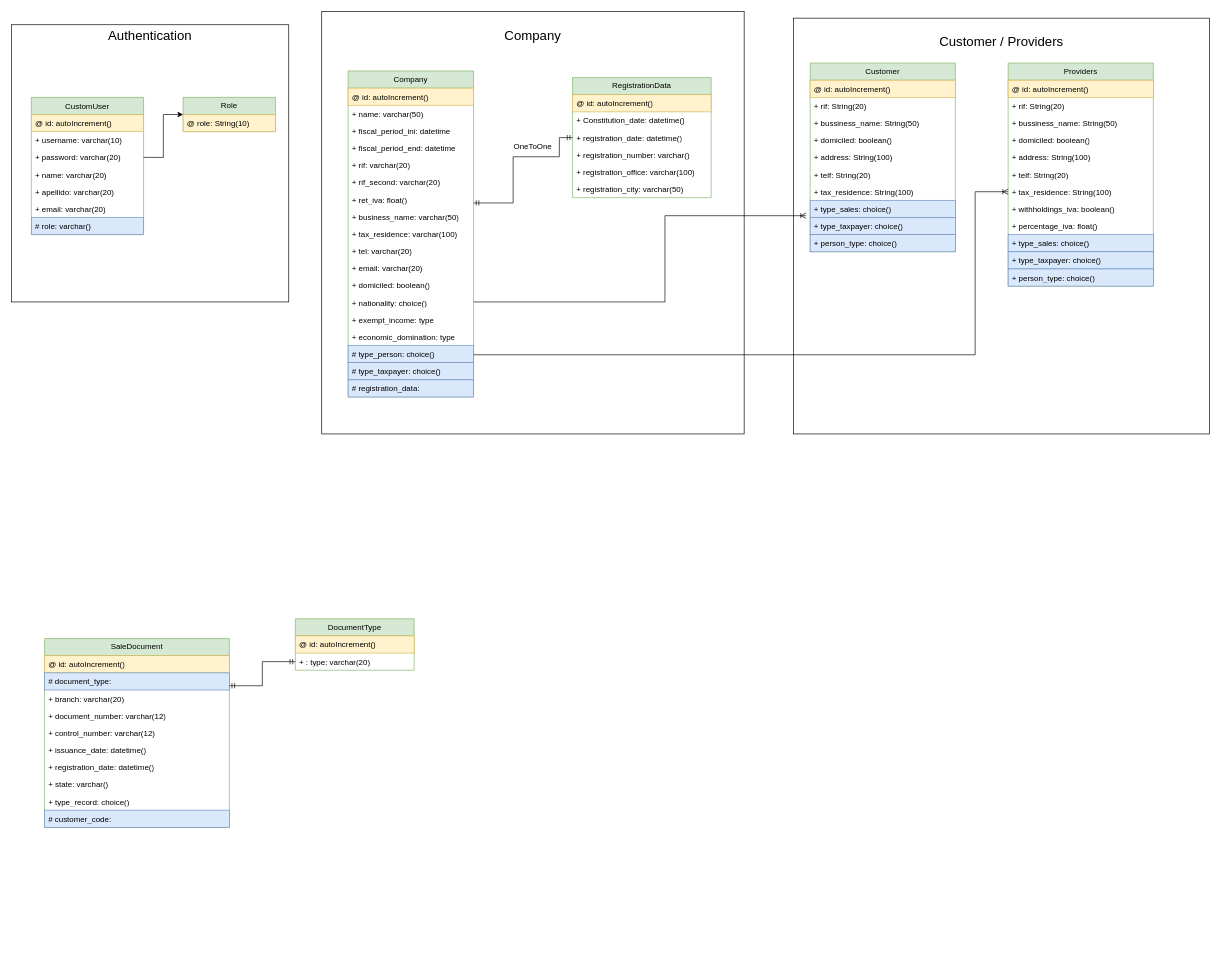
Before: diagrama-bases.drawio in iranmederos/app-contable, a draw.io diagram. Source tidied: cells renumbered, new cells numbered last; positions are measured from the earlier drawing's top-left corner, leaving out a move shared by most shapes. Both pictures are drawn from the tidied source at 66%, with x=0, y=0 at pixel (11, 11).
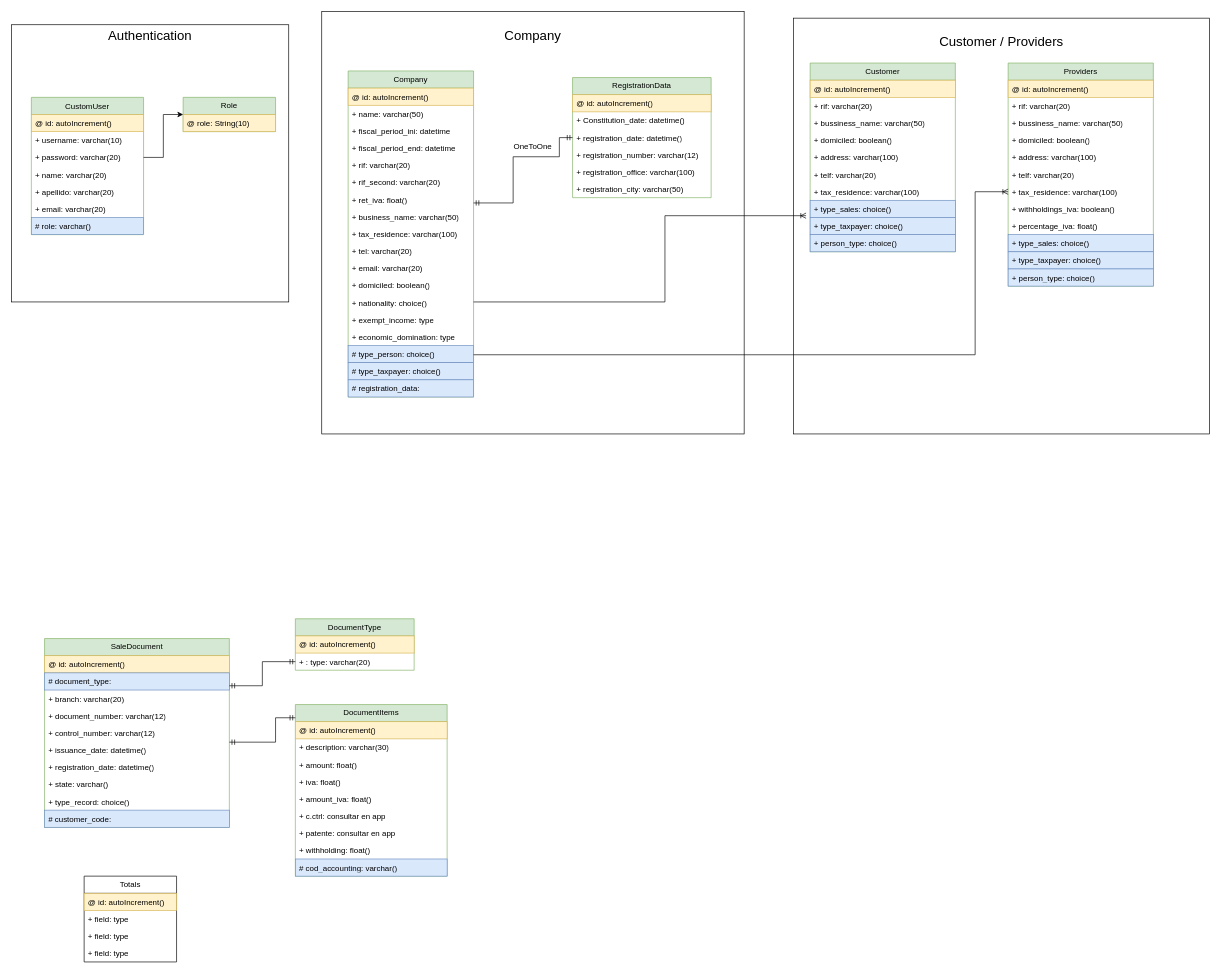
The same diagram, later.

Unchanged cells that the change refers to:
```xml
<mxCell id="36" value="RegistrationData" style="swimlane;fontStyle=0;horizontal=1;startSize=26;fillColor=#d5e8d4;whiteSpace=wrap;html=1;strokeColor=#82b366;" parent="1" vertex="1">
  <mxGeometry x="850" y="100" width="210" height="182" as="geometry" />
</mxCell>
<mxCell id="45" value="Customer" style="swimlane;fontStyle=0;horizontal=1;startSize=26;fillColor=#d5e8d4;whiteSpace=wrap;html=1;strokeColor=#82b366;" parent="1" vertex="1">
  <mxGeometry x="1210" y="78" width="220" height="286" as="geometry" />
</mxCell>
<mxCell id="57" value="Providers" style="swimlane;fontStyle=0;horizontal=1;startSize=26;fillColor=#d5e8d4;whiteSpace=wrap;html=1;strokeColor=#82b366;" parent="1" vertex="1">
  <mxGeometry x="1510" y="78" width="220" height="338" as="geometry" />
</mxCell>
```

The edit, as a diff of the source:
```diff
@@
-    <mxCell id="40" value="+ registration_number:&amp;nbsp;varchar()" style="text;strokeColor=none;fillColor=none;align=left;verticalAlign=top;spacingLeft=4;spacingRight=4;overflow=hidden;whiteSpace=wrap;html=1;" parent="36" vertex="1">
+    <mxCell id="40" value="+ registration_number:&amp;nbsp;varchar(12)" style="text;strokeColor=none;fillColor=none;align=left;verticalAlign=top;spacingLeft=4;spacingRight=4;overflow=hidden;whiteSpace=wrap;html=1;" parent="36" vertex="1">
       <mxGeometry y="104" width="210" height="26" as="geometry" />
     </mxCell>
@@
-    <mxCell id="47" value="+ rif: String(20)" style="text;strokeColor=none;fillColor=none;align=left;verticalAlign=top;spacingLeft=4;spacingRight=4;overflow=hidden;whiteSpace=wrap;html=1;" parent="45" vertex="1">
+    <mxCell id="47" value="+ rif:&amp;nbsp;varchar(20)" style="text;strokeColor=none;fillColor=none;align=left;verticalAlign=top;spacingLeft=4;spacingRight=4;overflow=hidden;whiteSpace=wrap;html=1;" parent="45" vertex="1">
       <mxGeometry y="52" width="220" height="26" as="geometry" />
     </mxCell>
-    <mxCell id="48" value="+ bussiness_name: String(50)" style="text;strokeColor=none;fillColor=none;align=left;verticalAlign=top;spacingLeft=4;spacingRight=4;overflow=hidden;whiteSpace=wrap;html=1;" parent="45" vertex="1">
+    <mxCell id="48" value="+ bussiness_name:&amp;nbsp;varchar(50)" style="text;strokeColor=none;fillColor=none;align=left;verticalAlign=top;spacingLeft=4;spacingRight=4;overflow=hidden;whiteSpace=wrap;html=1;" parent="45" vertex="1">
       <mxGeometry y="78" width="220" height="26" as="geometry" />
     </mxCell>
@@
-    <mxCell id="50" value="+ address: String(100)" style="text;strokeColor=none;fillColor=none;align=left;verticalAlign=top;spacingLeft=4;spacingRight=4;overflow=hidden;whiteSpace=wrap;html=1;" parent="45" vertex="1">
+    <mxCell id="50" value="+ address:&amp;nbsp;varchar(100)" style="text;strokeColor=none;fillColor=none;align=left;verticalAlign=top;spacingLeft=4;spacingRight=4;overflow=hidden;whiteSpace=wrap;html=1;" parent="45" vertex="1">
       <mxGeometry y="130" width="220" height="26" as="geometry" />
     </mxCell>
-    <mxCell id="51" value="+ telf: String(20)" style="text;strokeColor=none;fillColor=none;align=left;verticalAlign=top;spacingLeft=4;spacingRight=4;overflow=hidden;whiteSpace=wrap;html=1;" parent="45" vertex="1">
+    <mxCell id="51" value="+ telf:&amp;nbsp;varchar(20)" style="text;strokeColor=none;fillColor=none;align=left;verticalAlign=top;spacingLeft=4;spacingRight=4;overflow=hidden;whiteSpace=wrap;html=1;" parent="45" vertex="1">
       <mxGeometry y="156" width="220" height="26" as="geometry" />
     </mxCell>
-    <mxCell id="52" value="+ tax_residence: String(100)" style="text;strokeColor=none;fillColor=none;align=left;verticalAlign=top;spacingLeft=4;spacingRight=4;overflow=hidden;whiteSpace=wrap;html=1;" parent="45" vertex="1">
+    <mxCell id="52" value="+ tax_residence:&amp;nbsp;varchar(100)" style="text;strokeColor=none;fillColor=none;align=left;verticalAlign=top;spacingLeft=4;spacingRight=4;overflow=hidden;whiteSpace=wrap;html=1;" parent="45" vertex="1">
       <mxGeometry y="182" width="220" height="26" as="geometry" />
     </mxCell>
@@
-    <mxCell id="59" value="+ rif: String(20)" style="text;strokeColor=none;fillColor=none;align=left;verticalAlign=top;spacingLeft=4;spacingRight=4;overflow=hidden;whiteSpace=wrap;html=1;" parent="57" vertex="1">
+    <mxCell id="59" value="+ rif:&amp;nbsp;varchar(20)" style="text;strokeColor=none;fillColor=none;align=left;verticalAlign=top;spacingLeft=4;spacingRight=4;overflow=hidden;whiteSpace=wrap;html=1;" parent="57" vertex="1">
       <mxGeometry y="52" width="220" height="26" as="geometry" />
     </mxCell>
-    <mxCell id="60" value="+ bussiness_name: String(50)" style="text;strokeColor=none;fillColor=none;align=left;verticalAlign=top;spacingLeft=4;spacingRight=4;overflow=hidden;whiteSpace=wrap;html=1;" parent="57" vertex="1">
+    <mxCell id="60" value="+ bussiness_name:&amp;nbsp;varchar(50)" style="text;strokeColor=none;fillColor=none;align=left;verticalAlign=top;spacingLeft=4;spacingRight=4;overflow=hidden;whiteSpace=wrap;html=1;" parent="57" vertex="1">
       <mxGeometry y="78" width="220" height="26" as="geometry" />
     </mxCell>
@@
-    <mxCell id="62" value="+ address: String(100)" style="text;strokeColor=none;fillColor=none;align=left;verticalAlign=top;spacingLeft=4;spacingRight=4;overflow=hidden;whiteSpace=wrap;html=1;" parent="57" vertex="1">
+    <mxCell id="62" value="+ address:&amp;nbsp;varchar(100)" style="text;strokeColor=none;fillColor=none;align=left;verticalAlign=top;spacingLeft=4;spacingRight=4;overflow=hidden;whiteSpace=wrap;html=1;" parent="57" vertex="1">
       <mxGeometry y="130" width="220" height="26" as="geometry" />
     </mxCell>
-    <mxCell id="63" value="+ telf: String(20)" style="text;strokeColor=none;fillColor=none;align=left;verticalAlign=top;spacingLeft=4;spacingRight=4;overflow=hidden;whiteSpace=wrap;html=1;" parent="57" vertex="1">
+    <mxCell id="63" value="+ telf:&amp;nbsp;varchar(20)" style="text;strokeColor=none;fillColor=none;align=left;verticalAlign=top;spacingLeft=4;spacingRight=4;overflow=hidden;whiteSpace=wrap;html=1;" parent="57" vertex="1">
       <mxGeometry y="156" width="220" height="26" as="geometry" />
     </mxCell>
-    <mxCell id="64" value="+ tax_residence: String(100)" style="text;strokeColor=none;fillColor=none;align=left;verticalAlign=top;spacingLeft=4;spacingRight=4;overflow=hidden;points=[[0,0.5],[1,0.5]];portConstraint=eastwest;whiteSpace=wrap;html=1;" parent="57" vertex="1">
+    <mxCell id="64" value="+ tax_residence:&amp;nbsp;varchar(100)" style="text;strokeColor=none;fillColor=none;align=left;verticalAlign=top;spacingLeft=4;spacingRight=4;overflow=hidden;points=[[0,0.5],[1,0.5]];portConstraint=eastwest;whiteSpace=wrap;html=1;" parent="57" vertex="1">
       <mxGeometry y="182" width="220" height="26" as="geometry" />
     </mxCell>
@@
+    <mxCell id="88" value="DocumentItems" style="swimlane;fontStyle=0;horizontal=1;startSize=26;fillColor=#d5e8d4;whiteSpace=wrap;html=1;strokeColor=#82b366;" parent="1" vertex="1">
+      <mxGeometry x="430" y="1050" width="230" height="260" as="geometry" />
+    </mxCell>
+    <mxCell id="89" value="@ id: autoIncrement()" style="text;strokeColor=#d6b656;fillColor=#fff2cc;align=left;verticalAlign=top;spacingLeft=4;spacingRight=4;overflow=hidden;whiteSpace=wrap;html=1;" parent="88" vertex="1">
+      <mxGeometry y="26" width="230" height="26" as="geometry" />
+    </mxCell>
+    <mxCell id="90" value="+ description: varchar(30)" style="text;strokeColor=none;fillColor=none;align=left;verticalAlign=top;spacingLeft=4;spacingRight=4;overflow=hidden;whiteSpace=wrap;html=1;" parent="88" vertex="1">
+      <mxGeometry y="52" width="230" height="26" as="geometry" />
+    </mxCell>
+    <mxCell id="91" value="+ amount: float()" style="text;strokeColor=none;fillColor=none;align=left;verticalAlign=top;spacingLeft=4;spacingRight=4;overflow=hidden;whiteSpace=wrap;html=1;" parent="88" vertex="1">
+      <mxGeometry y="78" width="230" height="26" as="geometry" />
+    </mxCell>
+    <mxCell id="92" value="+ iva: float()" style="text;strokeColor=none;fillColor=none;align=left;verticalAlign=top;spacingLeft=4;spacingRight=4;overflow=hidden;whiteSpace=wrap;html=1;" parent="88" vertex="1">
+      <mxGeometry y="104" width="230" height="26" as="geometry" />
+    </mxCell>
+    <mxCell id="93" value="+ amount_iva: float()" style="text;strokeColor=none;fillColor=none;align=left;verticalAlign=top;spacingLeft=4;spacingRight=4;overflow=hidden;whiteSpace=wrap;html=1;" parent="88" vertex="1">
+      <mxGeometry y="130" width="230" height="26" as="geometry" />
+    </mxCell>
+    <mxCell id="94" value="+ c.ctrl: consultar en app" style="text;strokeColor=none;fillColor=none;align=left;verticalAlign=top;spacingLeft=4;spacingRight=4;overflow=hidden;whiteSpace=wrap;html=1;" parent="88" vertex="1">
+      <mxGeometry y="156" width="230" height="26" as="geometry" />
+    </mxCell>
+    <mxCell id="95" value="+ patente: consultar en app" style="text;strokeColor=none;fillColor=none;align=left;verticalAlign=top;spacingLeft=4;spacingRight=4;overflow=hidden;whiteSpace=wrap;html=1;" parent="88" vertex="1">
+      <mxGeometry y="182" width="230" height="26" as="geometry" />
+    </mxCell>
+    <mxCell id="96" value="+ withholding: float()" style="text;strokeColor=none;fillColor=none;align=left;verticalAlign=top;spacingLeft=4;spacingRight=4;overflow=hidden;whiteSpace=wrap;html=1;" parent="88" vertex="1">
+      <mxGeometry y="208" width="230" height="26" as="geometry" />
+    </mxCell>
+    <mxCell id="97" value="# cod_accounting: varchar()" style="text;strokeColor=#6c8ebf;fillColor=#dae8fc;align=left;verticalAlign=top;spacingLeft=4;spacingRight=4;overflow=hidden;whiteSpace=wrap;html=1;" parent="88" vertex="1">
+      <mxGeometry y="234" width="230" height="26" as="geometry" />
+    </mxCell>
+    <mxCell id="98" style="edgeStyle=orthogonalEdgeStyle;fontSize=12;html=1;endArrow=ERmandOne;startArrow=ERmandOne;rounded=0;exitX=1;exitY=0.25;exitDx=0;exitDy=0;entryX=0;entryY=0.5;entryDx=0;entryDy=0;" parent="1" edge="1">
+      <mxGeometry relative="1" as="geometry">
+        <mxPoint x="330" y="1107" as="sourcePoint" />
+        <mxPoint x="430" y="1070" as="targetPoint" />
+        <Array as="points">
+          <mxPoint x="400" y="1107" />
+          <mxPoint x="400" y="1070" />
+        </Array>
+      </mxGeometry>
+    </mxCell>
+    <mxCell id="99" value="Totals" style="swimlane;fontStyle=0;horizontal=1;startSize=26;fillColor=none;whiteSpace=wrap;html=1;" parent="1" vertex="1">
+      <mxGeometry x="110" y="1310" width="140" height="130" as="geometry" />
+    </mxCell>
+    <mxCell id="100" value="@ id: autoIncrement()" style="text;strokeColor=#d6b656;fillColor=#fff2cc;align=left;verticalAlign=top;spacingLeft=4;spacingRight=4;overflow=hidden;whiteSpace=wrap;html=1;" parent="99" vertex="1">
+      <mxGeometry y="26" width="140" height="26" as="geometry" />
+    </mxCell>
+    <mxCell id="101" value="+ field: type" style="text;strokeColor=none;fillColor=none;align=left;verticalAlign=top;spacingLeft=4;spacingRight=4;overflow=hidden;whiteSpace=wrap;html=1;" parent="99" vertex="1">
+      <mxGeometry y="52" width="140" height="26" as="geometry" />
+    </mxCell>
+    <mxCell id="102" value="+ field: type" style="text;strokeColor=none;fillColor=none;align=left;verticalAlign=top;spacingLeft=4;spacingRight=4;overflow=hidden;whiteSpace=wrap;html=1;" parent="99" vertex="1">
+      <mxGeometry y="78" width="140" height="26" as="geometry" />
+    </mxCell>
+    <mxCell id="103" value="+ field: type" style="text;strokeColor=none;fillColor=none;align=left;verticalAlign=top;spacingLeft=4;spacingRight=4;overflow=hidden;whiteSpace=wrap;html=1;" parent="99" vertex="1">
+      <mxGeometry y="104" width="140" height="26" as="geometry" />
+    </mxCell>
```
